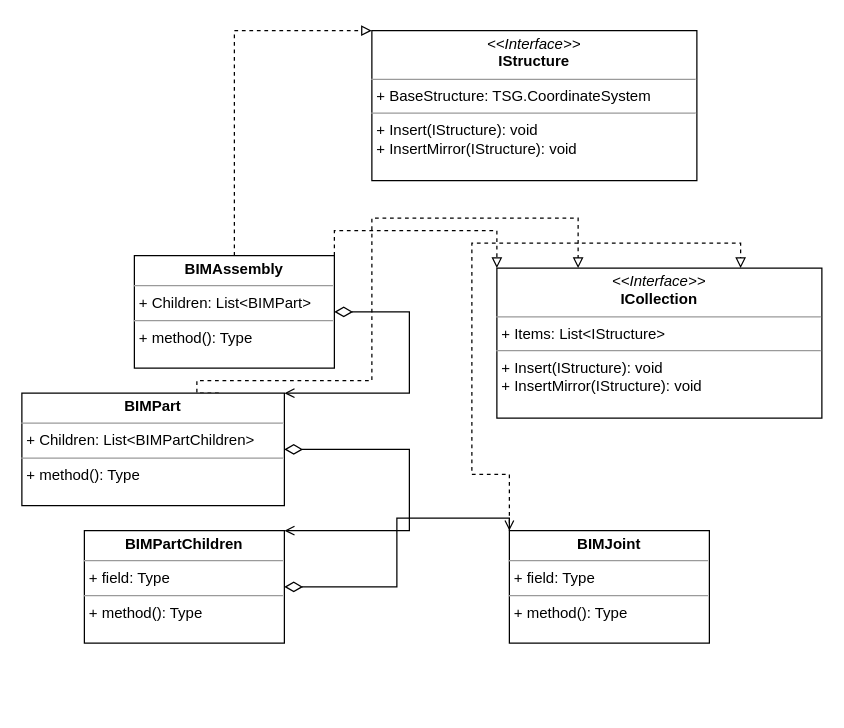
This is page "BIMPropotype_Lib" (2 of 3) of Prototype.drawio from AATerekhov/BIM_KJI_Manage, a draw.io file, before an edit. Source tidied: cells renumbered, new cells numbered last; positions are measured from the earlier drawing's top-left corner, leaving out a move shared by most shapes. Both pictures are drawn from the tidied source at 125%, with x=0, y=0 at pixel (21, 30).
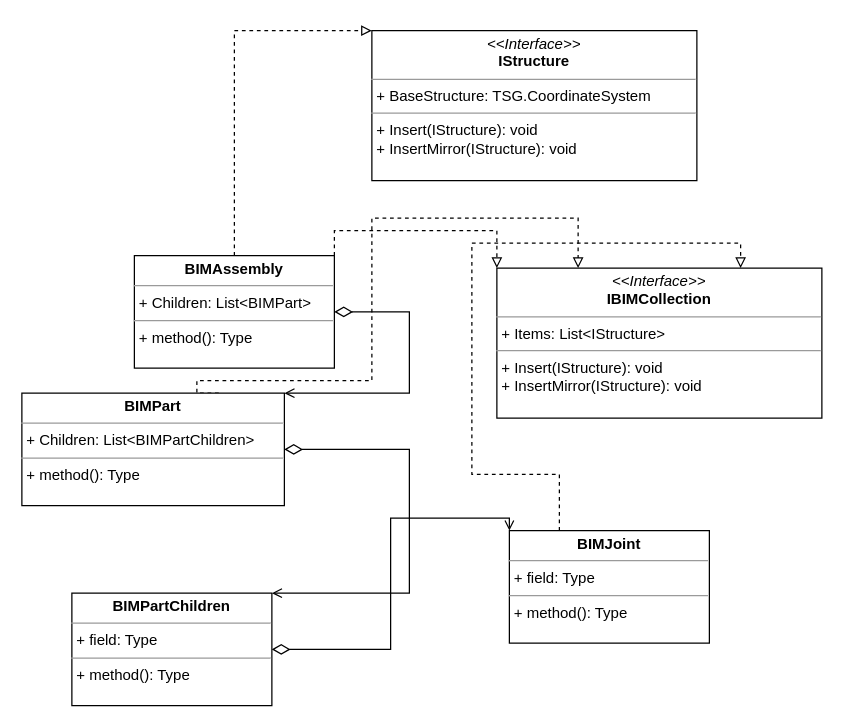
The same diagram, later.

The change refers to these unchanged cells:
```xml
<mxCell id="5" value="&lt;p style=&quot;margin:0px;margin-top:4px;text-align:center;&quot;&gt;&lt;b&gt;BIMPart&lt;/b&gt;&lt;/p&gt;&lt;hr size=&quot;1&quot;&gt;&lt;p style=&quot;margin:0px;margin-left:4px;&quot;&gt;+ Children: List&amp;lt;BIMPartChildren&amp;gt;&lt;/p&gt;&lt;hr size=&quot;1&quot;&gt;&lt;p style=&quot;margin:0px;margin-left:4px;&quot;&gt;+ method(): Type&lt;/p&gt;" style="verticalAlign=top;align=left;overflow=fill;fontSize=12;fontFamily=Helvetica;html=1;whiteSpace=wrap;" parent="1" vertex="1">
  <mxGeometry y="290" width="210" height="90" as="geometry" />
</mxCell>
<mxCell id="10" value="&lt;p style=&quot;margin:0px;margin-top:4px;text-align:center;&quot;&gt;&lt;b&gt;BIMJoint&lt;/b&gt;&lt;br&gt;&lt;/p&gt;&lt;hr size=&quot;1&quot;&gt;&lt;p style=&quot;margin:0px;margin-left:4px;&quot;&gt;+ field: Type&lt;/p&gt;&lt;hr size=&quot;1&quot;&gt;&lt;p style=&quot;margin:0px;margin-left:4px;&quot;&gt;+ method(): Type&lt;/p&gt;" style="verticalAlign=top;align=left;overflow=fill;fontSize=12;fontFamily=Helvetica;html=1;whiteSpace=wrap;" parent="1" vertex="1">
  <mxGeometry x="390" y="400" width="160" height="90" as="geometry" />
</mxCell>
```

What changed in the source:
```diff
@@
     <mxCell id="8" value="&lt;p style=&quot;margin:0px;margin-top:4px;text-align:center;&quot;&gt;&lt;b&gt;BIMPartChildren&lt;/b&gt;&lt;/p&gt;&lt;hr size=&quot;1&quot;&gt;&lt;p style=&quot;margin:0px;margin-left:4px;&quot;&gt;+ field: Type&lt;/p&gt;&lt;hr size=&quot;1&quot;&gt;&lt;p style=&quot;margin:0px;margin-left:4px;&quot;&gt;+ method(): Type&lt;/p&gt;" style="verticalAlign=top;align=left;overflow=fill;fontSize=12;fontFamily=Helvetica;html=1;whiteSpace=wrap;" parent="1" vertex="1">
-      <mxGeometry x="50" y="400" width="160" height="90" as="geometry" />
+      <mxGeometry x="40" y="450" width="160" height="90" as="geometry" />
     </mxCell>
-    <mxCell id="9" style="edgeStyle=orthogonalEdgeStyle;shape=connector;rounded=0;jettySize=auto;html=1;exitX=0;exitY=0;exitDx=0;exitDy=0;entryX=0.75;entryY=0;entryDx=0;entryDy=0;dashed=1;labelBackgroundColor=default;strokeColor=default;fontFamily=Helvetica;fontSize=11;fontColor=default;endArrow=block;endFill=0;" parent="1" edge="1" source="10" target="14">
-      <mxGeometry relative="1" as="geometry" />
+    <mxCell id="9" style="edgeStyle=orthogonalEdgeStyle;shape=connector;rounded=0;jettySize=auto;html=1;exitX=0.25;exitY=0;exitDx=0;exitDy=0;entryX=0.75;entryY=0;entryDx=0;entryDy=0;dashed=1;labelBackgroundColor=default;strokeColor=default;fontFamily=Helvetica;fontSize=11;fontColor=default;endArrow=block;endFill=0;" parent="1" edge="1" source="10" target="14">
+      <mxGeometry relative="1" as="geometry">
+        <Array as="points">
+          <mxPoint x="430" y="355" />
+          <mxPoint x="360" y="355" />
+          <mxPoint x="360" y="170" />
+          <mxPoint x="575" y="170" />
+        </Array>
+      </mxGeometry>
     </mxCell>
@@
     <mxCell id="13" style="endArrow=open;html=1;edgeStyle=orthogonalEdgeStyle;rounded=0;endFill=0;startArrow=diamondThin;startFill=0;startSize=12;exitX=1;exitY=0.5;exitDx=0;exitDy=0;entryX=1;entryY=0;entryDx=0;entryDy=0;" parent="1" edge="1" source="5" target="8">
       <mxGeometry relative="1" as="geometry">
         <Array as="points">
           <mxPoint x="310" y="335" />
-          <mxPoint x="310" y="400" />
+          <mxPoint x="310" y="450" />
         </Array>
       </mxGeometry>
     </mxCell>
-    <mxCell id="14" value="&lt;p style=&quot;margin:0px;margin-top:4px;text-align:center;&quot;&gt;&lt;i&gt;&amp;lt;&amp;lt;Interface&amp;gt;&amp;gt;&lt;/i&gt;&lt;br&gt;&lt;b&gt;ICollection&lt;/b&gt;&lt;br&gt;&lt;/p&gt;&lt;hr size=&quot;1&quot;&gt;&lt;p style=&quot;margin:0px;margin-left:4px;&quot;&gt;+ Items: List&amp;lt;IStructure&amp;gt;&lt;/p&gt;&lt;hr size=&quot;1&quot;&gt;&lt;p style=&quot;margin:0px;margin-left:4px;&quot;&gt;+ Insert(IStructure): void&lt;br&gt;+ InsertMirror(IStructure): void&lt;/p&gt;" style="verticalAlign=top;align=left;overflow=fill;fontSize=12;fontFamily=Helvetica;html=1;whiteSpace=wrap;" parent="1" vertex="1">
+    <mxCell id="14" value="&lt;p style=&quot;margin:0px;margin-top:4px;text-align:center;&quot;&gt;&lt;i&gt;&amp;lt;&amp;lt;Interface&amp;gt;&amp;gt;&lt;/i&gt;&lt;br&gt;&lt;b&gt;IBIMCollection&lt;/b&gt;&lt;br&gt;&lt;/p&gt;&lt;hr size=&quot;1&quot;&gt;&lt;p style=&quot;margin:0px;margin-left:4px;&quot;&gt;+ Items: List&amp;lt;IStructure&amp;gt;&lt;/p&gt;&lt;hr size=&quot;1&quot;&gt;&lt;p style=&quot;margin:0px;margin-left:4px;&quot;&gt;+ Insert(IStructure): void&lt;br&gt;+ InsertMirror(IStructure): void&lt;/p&gt;" style="verticalAlign=top;align=left;overflow=fill;fontSize=12;fontFamily=Helvetica;html=1;whiteSpace=wrap;" parent="1" vertex="1">
       <mxGeometry x="380" y="190" width="260" height="120" as="geometry" />
     </mxCell>
```
